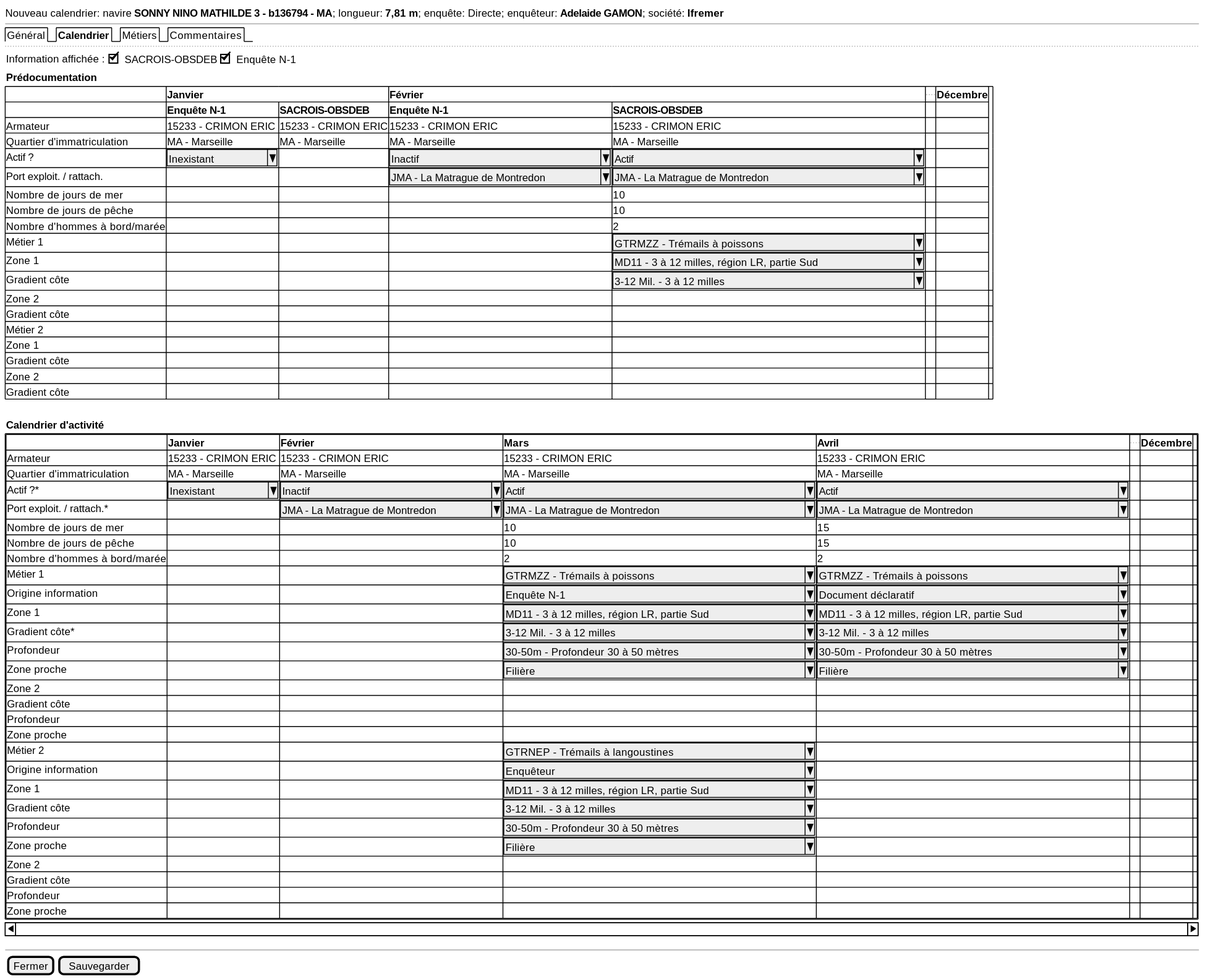
sumaris-net/sumaris-doc keeps this PlantUML diagram as projects/activity-calendar/spe/images/activity-calendar-new.svg. Above is the earlier version.
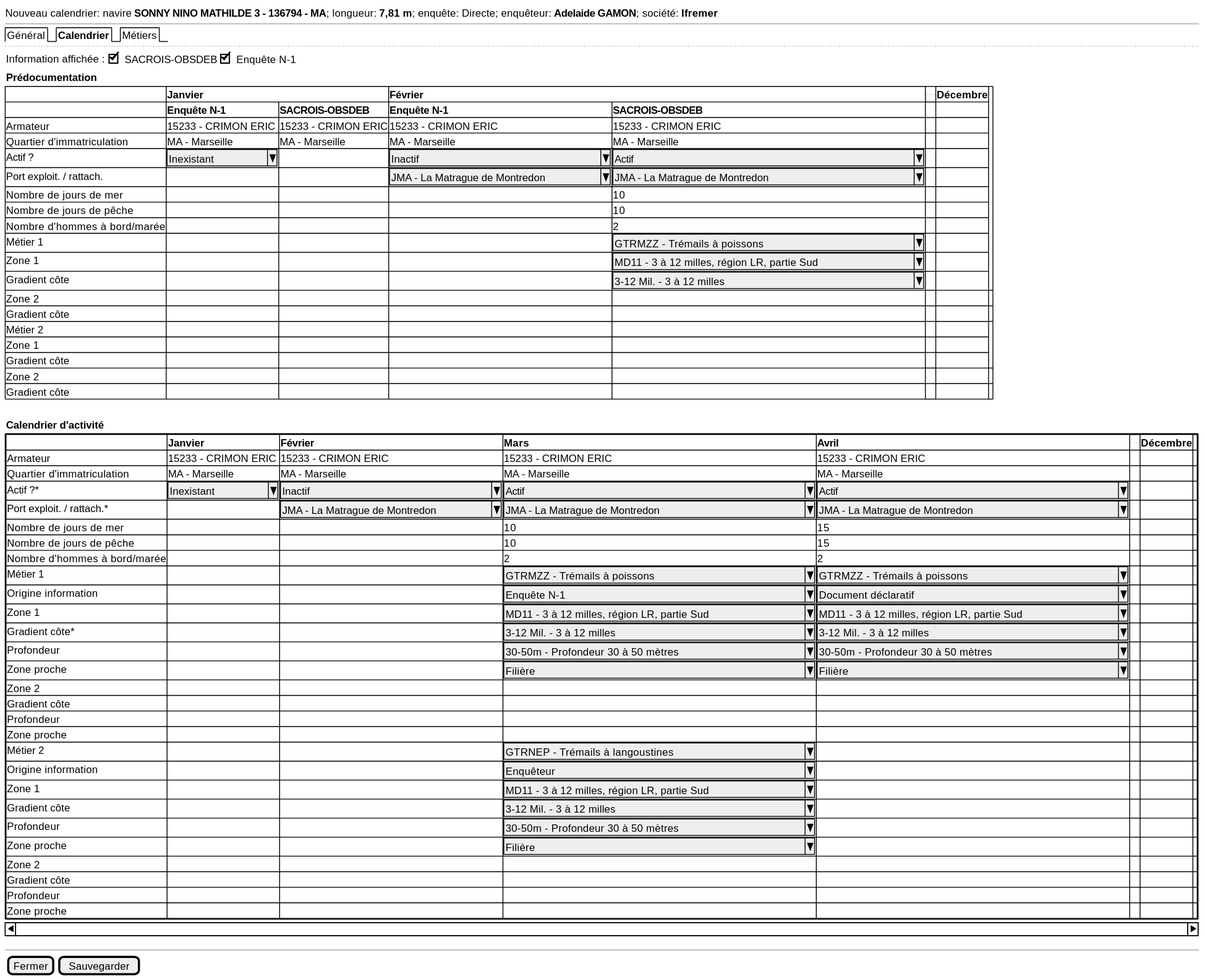
After the commit.

The edit, as a diff of the source:
```diff
@@ -1,8 +1,8 @@
 @startsalt
 {
-  Nouveau calendrier: navire <b>SONNY NINO MATHILDE 3 - b136794 - MA</b>; longueur: <b>7,81 m</b>; enquête: Directe; enquêteur: <b>Adelaide GAMON</b>; société: <b>Ifremer</b>
+  Nouveau calendrier: navire <b>SONNY NINO MATHILDE 3 - 136794 - MA</b>; longueur: <b>7,81 m</b>; enquête: Directe; enquêteur: <b>Adelaide GAMON</b>; société: <b>Ifremer</b>
   --
-  {/ Général | <b>Calendrier | Métiers | Commentaires }
+  {/ Général | <b>Calendrier | Métiers }
   ..
 
   {Information affichée :  {[X]SACROIS-OBSDEB | [X]Enquête N-1 }}
```
